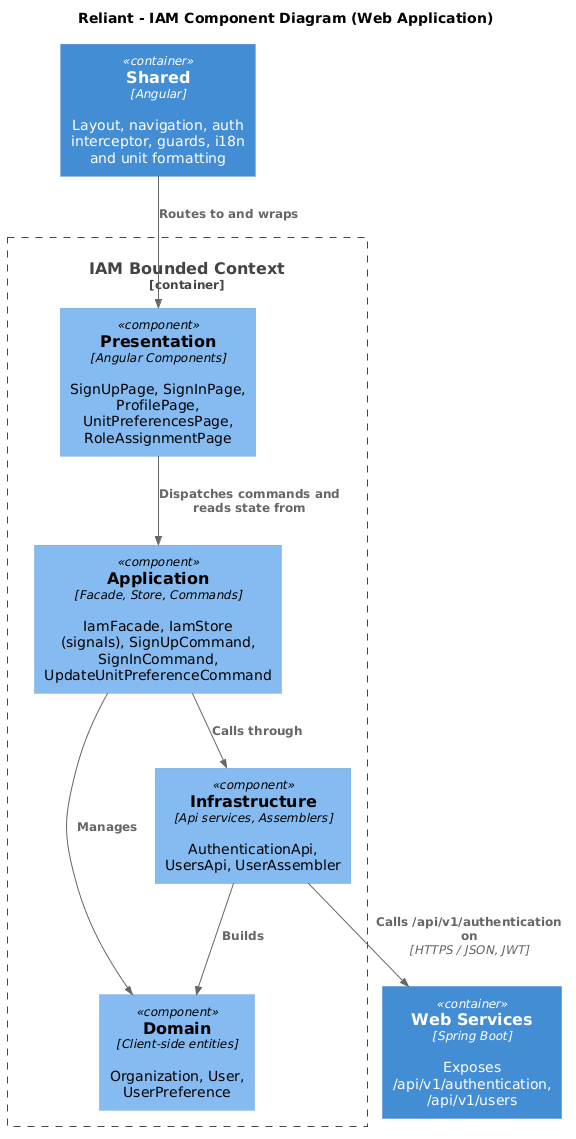
This is assets/img/4.chapter-iv/4.6.domain-driven-software-architecture/4.6.4.software-architecture-components-diagrams/reliant-c4-components-iam-web-application.png from upc-pre-202620-1asi0729-7753-innovacorp/reliant-report, a PlantUML export, as it was before one commit.
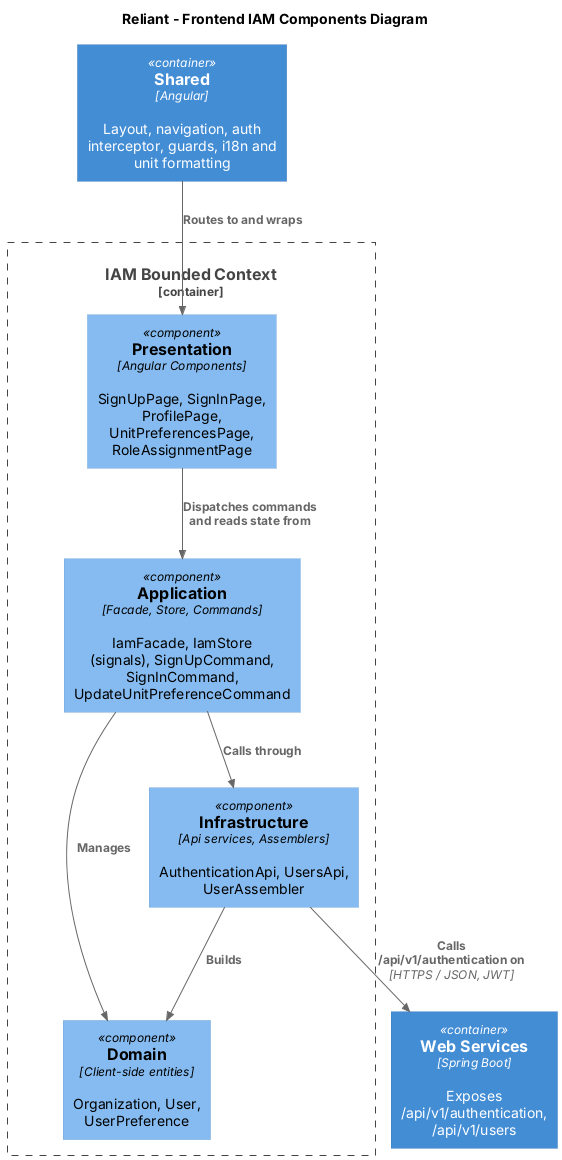
The same diagram one commit later.

What changed in the source:
```diff
@@ -1,7 +1,7 @@
-@startuml
+@startuml "Components-IAM-Frontend"
 !includeurl https://raw.githubusercontent.com/plantuml-stdlib/C4-PlantUML/master/C4_Component.puml
 
-title Reliant - IAM Component Diagram (Web Application)
+title Reliant - Frontend IAM Components Diagram
 
 Container(api, "Web Services", "Spring Boot", "Exposes /api/v1/authentication, /api/v1/users")
 Container(shared, "Shared", "Angular", "Layout, navigation, auth interceptor, guards, i18n and unit formatting")
```
